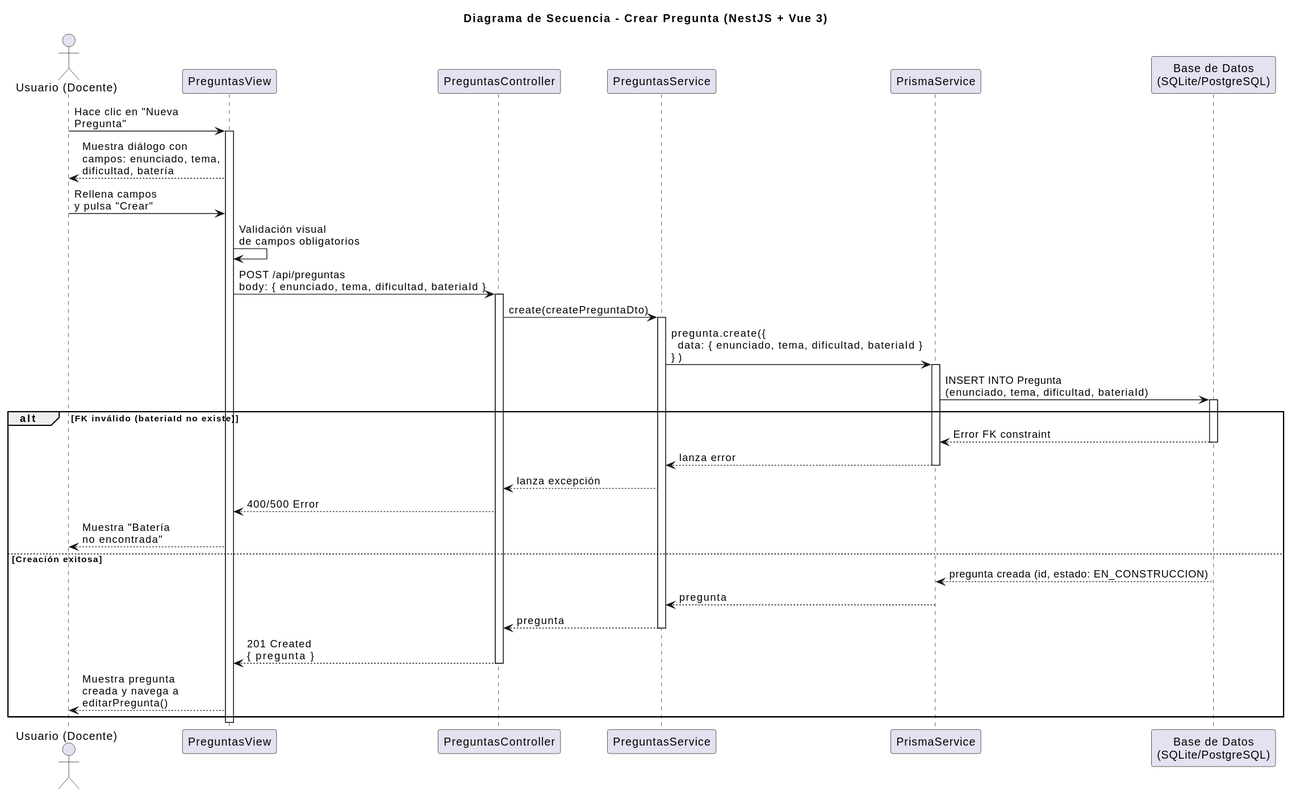
Above: images/diseño/crearPregunta/secuencia.svg in marcosgutierrez6/25-26-idsw2-sdVC (PlantUML), before the change.
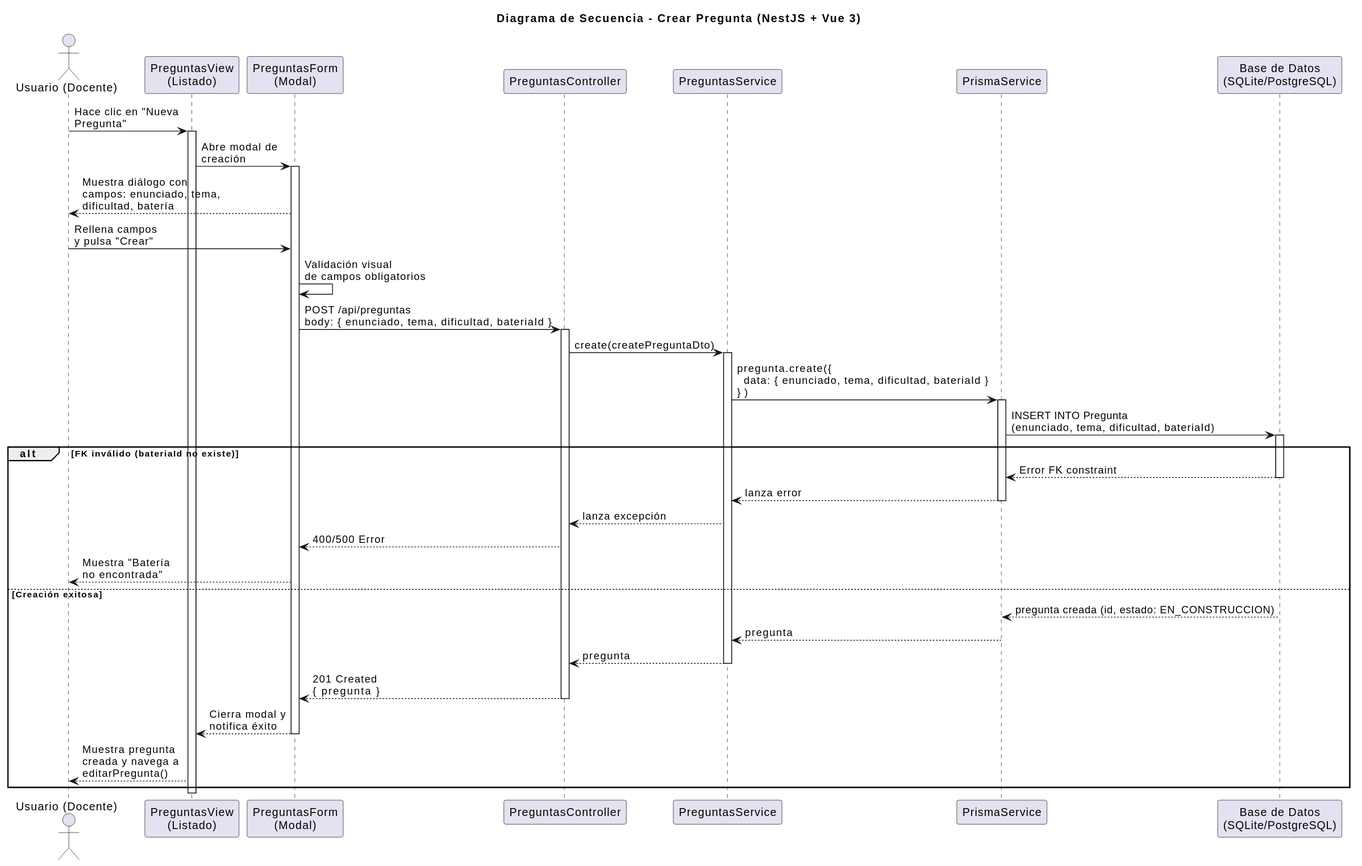
Later version of the same file.

Change to the diagram source:
```diff
@@ -2,21 +2,24 @@
 title Diagrama de Secuencia - Crear Pregunta (NestJS + Vue 3)
 
 actor "Usuario (Docente)" as User
-participant "PreguntasView" as FE
+participant "PreguntasView\n(Listado)" as List
+participant "PreguntasForm\n(Modal)" as Form
 participant "PreguntasController" as Controller
 participant "PreguntasService" as Service
 participant "PrismaService" as Prisma
 participant "Base de Datos\n(SQLite/PostgreSQL)" as DB
 
-User -> FE: Hace clic en "Nueva\nPregunta"
-activate FE
+User -> List: Hace clic en "Nueva\nPregunta"
+activate List
 
-FE --> User: Muestra diálogo con\ncampos: enunciado, tema,\ndificultad, batería
+List -> Form: Abre modal de\ncreación
+activate Form
+Form --> User: Muestra diálogo con\ncampos: enunciado, tema,\ndificultad, batería
 
-User -> FE: Rellena campos\ny pulsa "Crear"
-FE -> FE: Validación visual\nde campos obligatorios
+User -> Form: Rellena campos\ny pulsa "Crear"
+Form -> Form: Validación visual\nde campos obligatorios
 
-FE -> Controller: POST /api/preguntas\nbody: { enunciado, tema, dificultad, bateriaId }
+Form -> Controller: POST /api/preguntas\nbody: { enunciado, tema, dificultad, bateriaId }
 activate Controller
 
 Controller -> Service: create(createPreguntaDto)
@@ -33,8 +36,8 @@
   Prisma --> Service: lanza error
   deactivate Prisma
   Service --> Controller: lanza excepción
-  Controller --> FE: 400/500 Error
-  FE --> User: Muestra "Batería\nno encontrada"
+  Controller --> Form: 400/500 Error
+  Form --> User: Muestra "Batería\nno encontrada"
 else Creación exitosa
   DB --> Prisma: pregunta creada (id, estado: EN_CONSTRUCCION)
   deactivate DB
@@ -43,10 +46,13 @@
 
   Service --> Controller: pregunta
   deactivate Service
-  Controller --> FE: 201 Created\n{ pregunta }
+  Controller --> Form: 201 Created\n{ pregunta }
   deactivate Controller
-  FE --> User: Muestra pregunta\ncreada y navega a\neditarPregunta()
+
+  Form --> List: Cierra modal y\nnotifica éxito
+  deactivate Form
+  List --> User: Muestra pregunta\ncreada y navega a\neditarPregunta()
 end
 
-deactivate FE
+deactivate List
 @enduml
```
